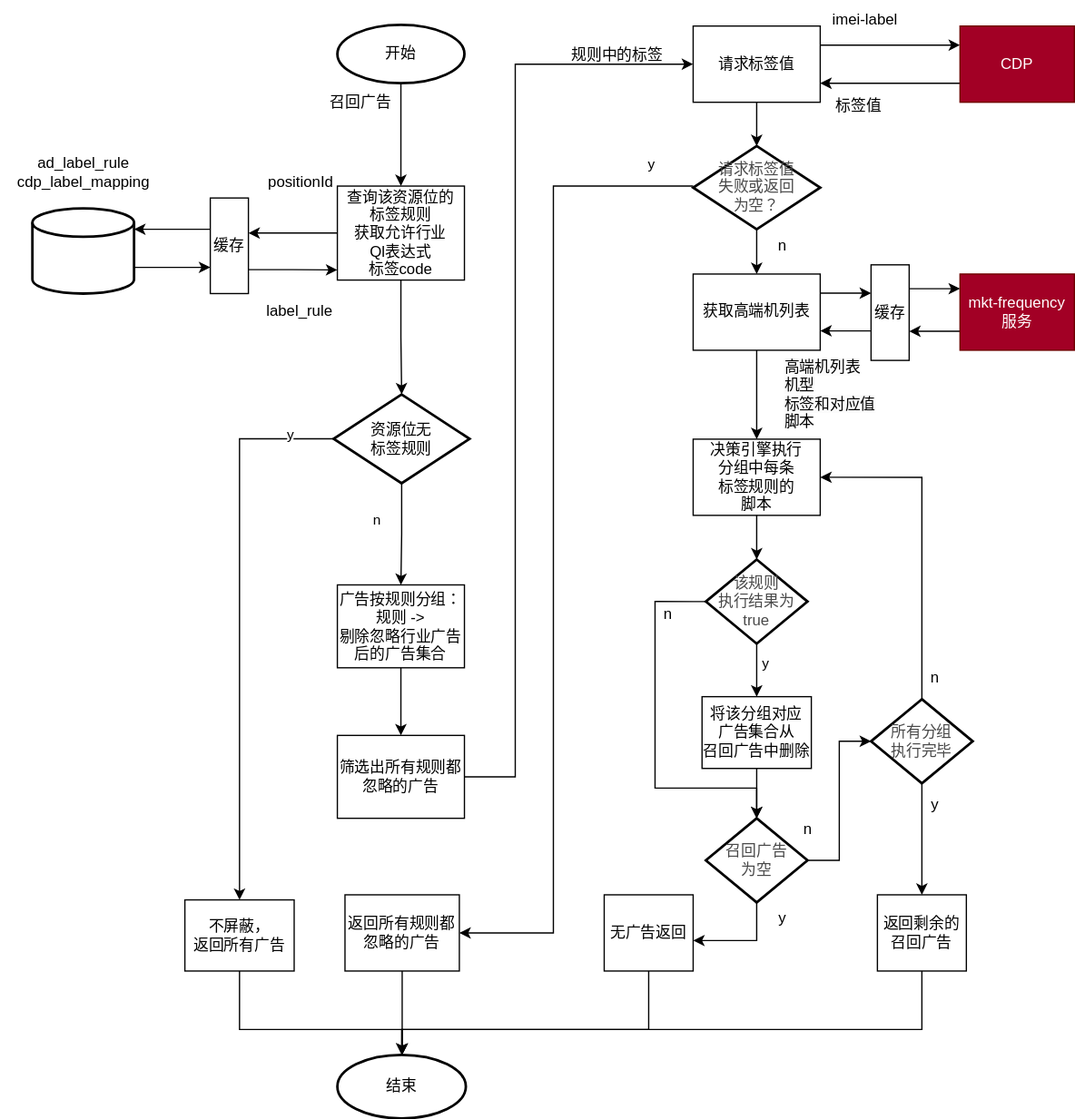
This is 卡片标签频控.svg from WorryFreeCafe/diagram, a draw.io export, as it was before one commit. Source tidied: cells renumbered, new cells last; positions are measured from the earlier drawing's top-left corner, leaving out a move shared by most shapes.
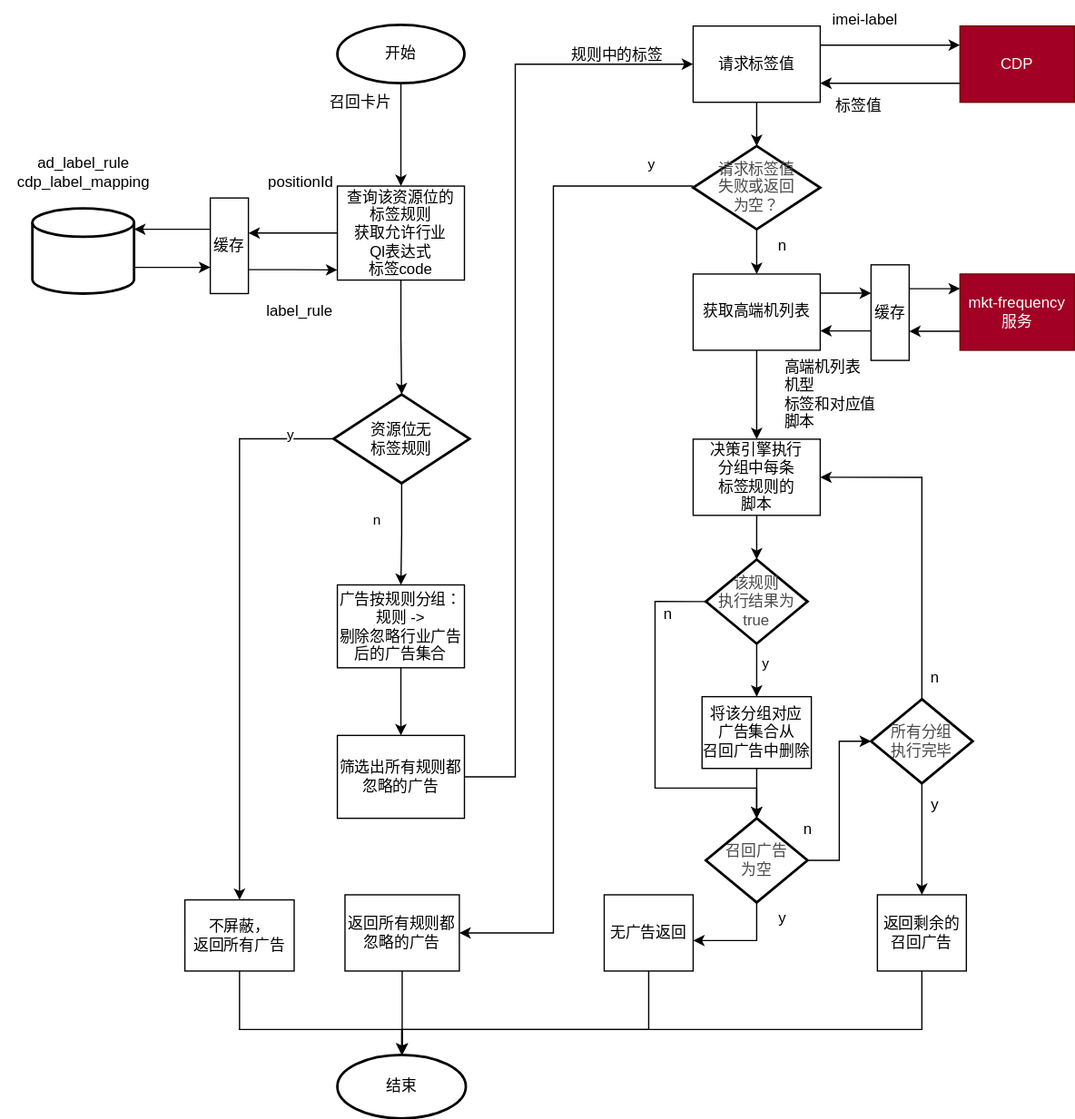
The same diagram one commit later.

Commit message:
更新卡片标签频控.svg

The edit, as a diff of the source:
```diff
@@ -189,7 +189,7 @@
     <mxCell id="50" value="n" style="text;html=1;align=center;verticalAlign=middle;strokeColor=none;fillColor=none;" parent="1" vertex="1">
       <mxGeometry x="600" y="178" width="30" height="30" as="geometry" />
     </mxCell>
-    <mxCell id="51" value="召回广告" style="text;html=1;align=center;verticalAlign=middle;strokeColor=none;fillColor=none;" parent="1" vertex="1">
+    <mxCell id="51" value="召回卡片" style="text;html=1;align=center;verticalAlign=middle;strokeColor=none;fillColor=none;" parent="1" vertex="1">
       <mxGeometry x="248" y="65" width="70" height="30" as="geometry" />
     </mxCell>
     <mxCell id="52" value="&lt;font color=&quot;#494949&quot;&gt;召回广告&lt;br&gt;为空&lt;/font&gt;" style="strokeWidth=2;html=1;shape=mxgraph.flowchart.decision;whiteSpace=wrap;" parent="1" vertex="1">
```
